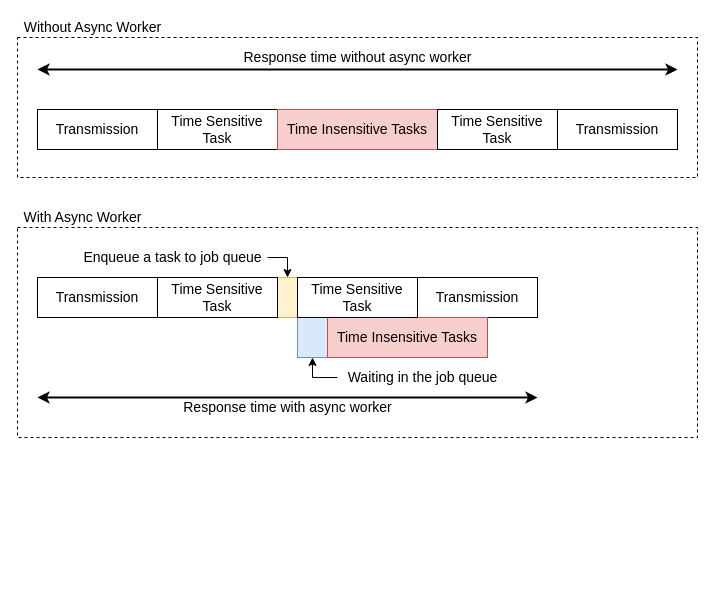
Above: drawios/c4-asyncworker.drawio in Zachaccino/Thesis-Paper (draw.io), before the change. Source tidied: cells renumbered, new cells numbered last; positions are measured from the earlier drawing's top-left corner, leaving out a move shared by most shapes. Both pictures are drawn from the tidied source at 100%, with x=0, y=0 at pixel (17, 17).
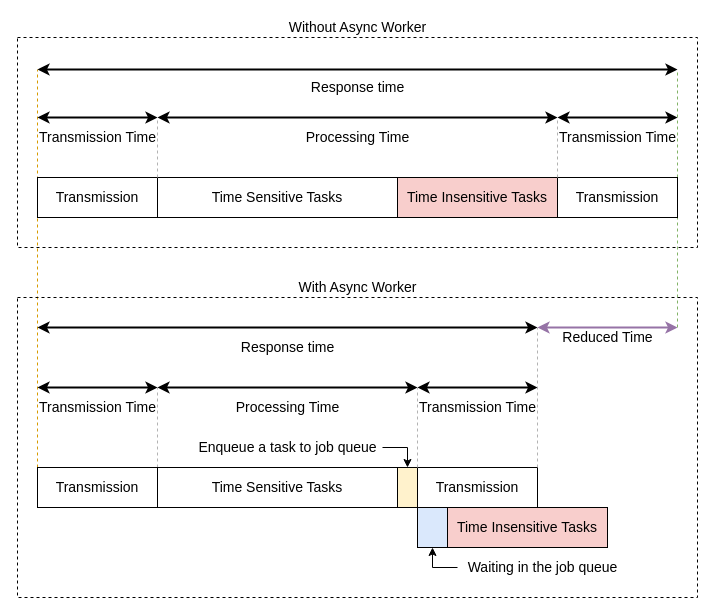
The same page after the edit.

The edit, as a diff of the source:
```diff
@@
-    <mxCell id="2" style="rounded=0;whiteSpace=wrap;html=1;fontSize=14;fillColor=none;dashed=1;" parent="1" vertex="1">
-      <mxGeometry y="210" width="680" height="210" as="geometry" />
-    </mxCell>
-    <mxCell id="3" style="rounded=0;whiteSpace=wrap;html=1;fontSize=14;fillColor=none;dashed=1;" parent="1" vertex="1">
-      <mxGeometry y="20" width="680" height="140" as="geometry" />
-    </mxCell>
+    <mxCell id="26" style="endArrow=none;dashed=1;html=1;strokeColor=#d79b00;fontSize=14;exitX=0;exitY=0;exitDx=0;exitDy=0;fillColor=#ffe6cc;" parent="1" edge="1" source="10">
+      <mxGeometry relative="1" as="geometry">
+        <mxPoint x="20" y="52" as="targetPoint" />
+      </mxGeometry>
+    </mxCell>
+    <mxCell id="27" style="endArrow=none;dashed=1;html=1;strokeColor=#82b366;fontSize=14;fillColor=#d5e8d4;" parent="1" edge="1">
+      <mxGeometry relative="1" as="geometry">
+        <mxPoint x="660" y="310" as="sourcePoint" />
+        <mxPoint x="660" y="52" as="targetPoint" />
+      </mxGeometry>
+    </mxCell>
+    <mxCell id="28" style="rounded=0;whiteSpace=wrap;html=1;fontSize=14;fillColor=none;dashed=1;" parent="1" vertex="1">
+      <mxGeometry y="20" width="680" height="210" as="geometry" />
+    </mxCell>
+    <mxCell id="29" style="rounded=0;whiteSpace=wrap;html=1;fontSize=14;fillColor=none;dashed=1;" parent="1" vertex="1">
+      <mxGeometry y="280" width="680" height="300" as="geometry" />
+    </mxCell>
+    <mxCell id="30" style="endArrow=none;dashed=1;html=1;strokeColor=#B3B3B3;exitX=0;exitY=0;exitDx=0;exitDy=0;fontSize=14;" parent="1" edge="1" source="31">
+      <mxGeometry relative="1" as="geometry">
+        <mxPoint x="140" y="370" as="targetPoint" />
+      </mxGeometry>
+    </mxCell>
+    <mxCell id="12" style="rounded=0;whiteSpace=wrap;html=1;fontSize=14;fillColor=#fff2cc;strokeColor=#000000;" parent="1" vertex="1">
+      <mxGeometry x="380" y="450" width="20" height="40" as="geometry" />
+    </mxCell>
-    <mxCell id="4" value="Time Sensitive Task" style="rounded=0;whiteSpace=wrap;html=1;fontSize=14;" parent="1" vertex="1">
-      <mxGeometry x="140" y="92" width="120" height="40" as="geometry" />
+    <mxCell id="4" value="Time Sensitive Tasks" style="rounded=0;whiteSpace=wrap;html=1;fontSize=14;" parent="1" vertex="1">
+      <mxGeometry x="140" y="160" width="240" height="40" as="geometry" />
     </mxCell>
-    <mxCell id="5" value="Time Insensitive Tasks" style="rounded=0;whiteSpace=wrap;html=1;fontSize=14;fillColor=#f8cecc;strokeColor=#b85450;" parent="1" vertex="1">
-      <mxGeometry x="260" y="92" width="160" height="40" as="geometry" />
+    <mxCell id="5" value="Time Insensitive Tasks" style="rounded=0;whiteSpace=wrap;html=1;fontSize=14;fillColor=#f8cecc;strokeColor=#000000;" parent="1" vertex="1">
+      <mxGeometry x="380" y="160" width="160" height="40" as="geometry" />
     </mxCell>
@@
-    <mxCell id="7" value="Response time without async worker" style="text;html=1;align=center;verticalAlign=middle;fontSize=14;" parent="1" vertex="1">
-      <mxGeometry x="220" y="30" width="240" height="20" as="geometry" />
+    <mxCell id="7" value="Response time" style="text;html=1;align=center;verticalAlign=middle;fontSize=14;" parent="1" vertex="1">
+      <mxGeometry x="285" y="60" width="110" height="20" as="geometry" />
     </mxCell>
     <mxCell id="8" value="Transmission" style="rounded=0;whiteSpace=wrap;html=1;fontSize=14;" parent="1" vertex="1">
-      <mxGeometry x="20" y="92" width="120" height="40" as="geometry" />
+      <mxGeometry x="20" y="160" width="120" height="40" as="geometry" />
     </mxCell>
     <mxCell id="9" value="Transmission" style="rounded=0;whiteSpace=wrap;html=1;fontSize=14;" parent="1" vertex="1">
-      <mxGeometry x="540" y="92" width="120" height="40" as="geometry" />
+      <mxGeometry x="540" y="160" width="120" height="40" as="geometry" />
     </mxCell>
     <mxCell id="10" value="Transmission" style="rounded=0;whiteSpace=wrap;html=1;fontSize=14;" parent="1" vertex="1">
-      <mxGeometry x="20" y="260" width="120" height="40" as="geometry" />
+      <mxGeometry x="20" y="450" width="120" height="40" as="geometry" />
     </mxCell>
     <mxCell id="11" value="Transmission" style="rounded=0;whiteSpace=wrap;html=1;fontSize=14;" parent="1" vertex="1">
-      <mxGeometry x="400" y="260" width="120" height="40" as="geometry" />
+      <mxGeometry x="400" y="450" width="120" height="40" as="geometry" />
     </mxCell>
-    <mxCell id="12" style="rounded=0;whiteSpace=wrap;html=1;fontSize=14;fillColor=#fff2cc;strokeColor=#d6b656;" parent="1" vertex="1">
-      <mxGeometry x="260" y="260" width="20" height="40" as="geometry" />
-    </mxCell>
@@
     <mxCell id="14" value="Enqueue a task to job queue" style="text;html=1;align=center;verticalAlign=middle;points=[];fontSize=14;" parent="1" vertex="1">
-      <mxGeometry x="60" y="230" width="190" height="20" as="geometry" />
+      <mxGeometry x="175" y="420" width="190" height="20" as="geometry" />
     </mxCell>
-    <mxCell id="15" style="rounded=0;whiteSpace=wrap;html=1;fontSize=14;fillColor=#dae8fc;strokeColor=#6c8ebf;" parent="1" vertex="1">
-      <mxGeometry x="280" y="300" width="30" height="40" as="geometry" />
+    <mxCell id="15" style="rounded=0;whiteSpace=wrap;html=1;fontSize=14;fillColor=#dae8fc;strokeColor=#000000;" parent="1" vertex="1">
+      <mxGeometry x="400" y="490" width="30" height="40" as="geometry" />
     </mxCell>
-    <mxCell id="16" value="Time Insensitive Tasks" style="rounded=0;whiteSpace=wrap;html=1;fontSize=14;fillColor=#f8cecc;strokeColor=#b85450;" parent="1" vertex="1">
-      <mxGeometry x="310" y="300" width="160" height="40" as="geometry" />
+    <mxCell id="16" value="Time Insensitive Tasks" style="rounded=0;whiteSpace=wrap;html=1;fontSize=14;fillColor=#f8cecc;strokeColor=#000000;" parent="1" vertex="1">
+      <mxGeometry x="430" y="490" width="160" height="40" as="geometry" />
     </mxCell>
@@
     <mxCell id="18" value="Waiting in the job queue" style="text;html=1;align=center;verticalAlign=middle;points=[];fontSize=14;" parent="1" vertex="1">
-      <mxGeometry x="320" y="350" width="170" height="20" as="geometry" />
+      <mxGeometry x="440" y="540" width="170" height="20" as="geometry" />
     </mxCell>
     <mxCell id="19" style="endArrow=classic;startArrow=classic;html=1;fontSize=14;strokeWidth=2;" parent="1" edge="1">
       <mxGeometry relative="1" as="geometry">
-        <mxPoint x="20" y="380" as="sourcePoint" />
-        <mxPoint x="520" y="380" as="targetPoint" />
+        <mxPoint x="140" y="370" as="sourcePoint" />
+        <mxPoint x="400" y="370" as="targetPoint" />
       </mxGeometry>
     </mxCell>
-    <mxCell id="20" value="Response time with async worker" style="text;html=1;align=center;verticalAlign=middle;fontSize=14;" parent="1" vertex="1">
-      <mxGeometry x="160" y="380" width="220" height="20" as="geometry" />
+    <mxCell id="20" value="Processing Time" style="text;html=1;align=center;verticalAlign=middle;fontSize=14;" parent="1" vertex="1">
+      <mxGeometry x="210" y="380" width="120" height="20" as="geometry" />
     </mxCell>
     <mxCell id="21" value="Without Async Worker" style="text;html=1;align=center;verticalAlign=middle;fontSize=14;" parent="1" vertex="1">
-      <mxGeometry width="150" height="20" as="geometry" />
+      <mxGeometry x="265" width="150" height="20" as="geometry" />
     </mxCell>
     <mxCell id="22" value="With Async Worker" style="text;html=1;align=center;verticalAlign=middle;fontSize=14;" parent="1" vertex="1">
-      <mxGeometry y="190" width="130" height="20" as="geometry" />
+      <mxGeometry x="275" y="260" width="130" height="20" as="geometry" />
     </mxCell>
-    <mxCell id="23" value="Time Sensitive Task" style="rounded=0;whiteSpace=wrap;html=1;fontSize=14;" parent="1" vertex="1">
-      <mxGeometry x="420" y="92" width="120" height="40" as="geometry" />
-    </mxCell>
-    <mxCell id="24" value="Time Sensitive Task" style="rounded=0;whiteSpace=wrap;html=1;fontSize=14;" parent="1" vertex="1">
-      <mxGeometry x="140" y="260" width="120" height="40" as="geometry" />
-    </mxCell>
-    <mxCell id="25" value="Time Sensitive Task" style="rounded=0;whiteSpace=wrap;html=1;fontSize=14;" parent="1" vertex="1">
-      <mxGeometry x="280" y="260" width="120" height="40" as="geometry" />
-    </mxCell>
+    <mxCell id="31" value="Time Sensitive Tasks" style="rounded=0;whiteSpace=wrap;html=1;fontSize=14;" parent="1" vertex="1">
+      <mxGeometry x="140" y="450" width="240" height="40" as="geometry" />
+    </mxCell>
+    <mxCell id="32" style="endArrow=classic;startArrow=classic;html=1;fontSize=14;strokeWidth=2;" parent="1" edge="1">
+      <mxGeometry relative="1" as="geometry">
+        <mxPoint x="20" y="370" as="sourcePoint" />
+        <mxPoint x="140" y="370" as="targetPoint" />
+      </mxGeometry>
+    </mxCell>
+    <mxCell id="33" value="Transmission Time" style="text;html=1;align=center;verticalAlign=middle;fontSize=14;" parent="1" vertex="1">
+      <mxGeometry x="15" y="380" width="130" height="20" as="geometry" />
+    </mxCell>
+    <mxCell id="34" style="endArrow=classic;startArrow=classic;html=1;fontSize=14;strokeWidth=2;" parent="1" edge="1">
+      <mxGeometry relative="1" as="geometry">
+        <mxPoint x="20" y="310" as="sourcePoint" />
+        <mxPoint x="520" y="310" as="targetPoint" />
+      </mxGeometry>
+    </mxCell>
+    <mxCell id="35" value="Response time" style="text;html=1;align=center;verticalAlign=middle;fontSize=14;" parent="1" vertex="1">
+      <mxGeometry x="215" y="320" width="110" height="20" as="geometry" />
+    </mxCell>
+    <mxCell id="36" style="endArrow=classic;startArrow=classic;html=1;fontSize=14;strokeWidth=2;" parent="1" edge="1">
+      <mxGeometry relative="1" as="geometry">
+        <mxPoint x="400" y="370" as="sourcePoint" />
+        <mxPoint x="520" y="370" as="targetPoint" />
+      </mxGeometry>
+    </mxCell>
+    <mxCell id="37" value="Transmission Time" style="text;html=1;align=center;verticalAlign=middle;fontSize=14;" parent="1" vertex="1">
+      <mxGeometry x="395" y="380" width="130" height="20" as="geometry" />
+    </mxCell>
+    <mxCell id="38" style="endArrow=none;dashed=1;html=1;strokeColor=#B3B3B3;exitX=0;exitY=0;exitDx=0;exitDy=0;fontSize=14;" parent="1" edge="1">
+      <mxGeometry relative="1" as="geometry">
+        <mxPoint x="400" y="450" as="sourcePoint" />
+        <mxPoint x="400" y="370" as="targetPoint" />
+      </mxGeometry>
+    </mxCell>
+    <mxCell id="39" style="endArrow=classic;startArrow=classic;html=1;fontSize=14;strokeWidth=2;" parent="1" edge="1">
+      <mxGeometry relative="1" as="geometry">
+        <mxPoint x="20" y="100" as="sourcePoint" />
+        <mxPoint x="140" y="100" as="targetPoint" />
+      </mxGeometry>
+    </mxCell>
+    <mxCell id="40" style="endArrow=classic;startArrow=classic;html=1;fontSize=14;strokeWidth=2;" parent="1" edge="1">
+      <mxGeometry relative="1" as="geometry">
+        <mxPoint x="140" y="100" as="sourcePoint" />
+        <mxPoint x="540" y="100" as="targetPoint" />
+      </mxGeometry>
+    </mxCell>
+    <mxCell id="41" style="endArrow=classic;startArrow=classic;html=1;fontSize=14;strokeWidth=2;" parent="1" edge="1">
+      <mxGeometry relative="1" as="geometry">
+        <mxPoint x="540" y="100" as="sourcePoint" />
+        <mxPoint x="660" y="100" as="targetPoint" />
+      </mxGeometry>
+    </mxCell>
+    <mxCell id="42" value="Processing Time" style="text;html=1;align=center;verticalAlign=middle;fontSize=14;" parent="1" vertex="1">
+      <mxGeometry x="280" y="110" width="120" height="20" as="geometry" />
+    </mxCell>
+    <mxCell id="43" value="Transmission Time" style="text;html=1;align=center;verticalAlign=middle;fontSize=14;" parent="1" vertex="1">
+      <mxGeometry x="535" y="110" width="130" height="20" as="geometry" />
+    </mxCell>
+    <mxCell id="44" value="Transmission Time" style="text;html=1;align=center;verticalAlign=middle;fontSize=14;" parent="1" vertex="1">
+      <mxGeometry x="15" y="110" width="130" height="20" as="geometry" />
+    </mxCell>
+    <mxCell id="45" style="endArrow=none;dashed=1;html=1;strokeColor=#B3B3B3;fontSize=14;exitX=1;exitY=0;exitDx=0;exitDy=0;" parent="1" edge="1" source="8">
+      <mxGeometry relative="1" as="geometry">
+        <mxPoint x="140" y="100" as="targetPoint" />
+      </mxGeometry>
+    </mxCell>
+    <mxCell id="46" style="endArrow=none;dashed=1;html=1;strokeColor=#B3B3B3;fontSize=14;exitX=1;exitY=0;exitDx=0;exitDy=0;" parent="1" edge="1">
+      <mxGeometry relative="1" as="geometry">
+        <mxPoint x="540" y="160" as="sourcePoint" />
+        <mxPoint x="540" y="100" as="targetPoint" />
+      </mxGeometry>
+    </mxCell>
+    <mxCell id="47" style="endArrow=none;dashed=1;html=1;strokeColor=#B3B3B3;exitX=0;exitY=0;exitDx=0;exitDy=0;fontSize=14;" parent="1" edge="1">
+      <mxGeometry relative="1" as="geometry">
+        <mxPoint x="520" y="450" as="sourcePoint" />
+        <mxPoint x="520" y="310" as="targetPoint" />
+      </mxGeometry>
+    </mxCell>
+    <mxCell id="48" style="endArrow=classic;startArrow=classic;html=1;strokeColor=#9673a6;fontSize=14;fillColor=#e1d5e7;strokeWidth=2;" parent="1" edge="1">
+      <mxGeometry relative="1" as="geometry">
+        <mxPoint x="520" y="310" as="sourcePoint" />
+        <mxPoint x="660" y="310" as="targetPoint" />
+      </mxGeometry>
+    </mxCell>
+    <mxCell id="49" value="Reduced Time" style="text;html=1;align=center;verticalAlign=middle;fontSize=14;" parent="1" vertex="1">
+      <mxGeometry x="535" y="310" width="110" height="20" as="geometry" />
+    </mxCell>
```
